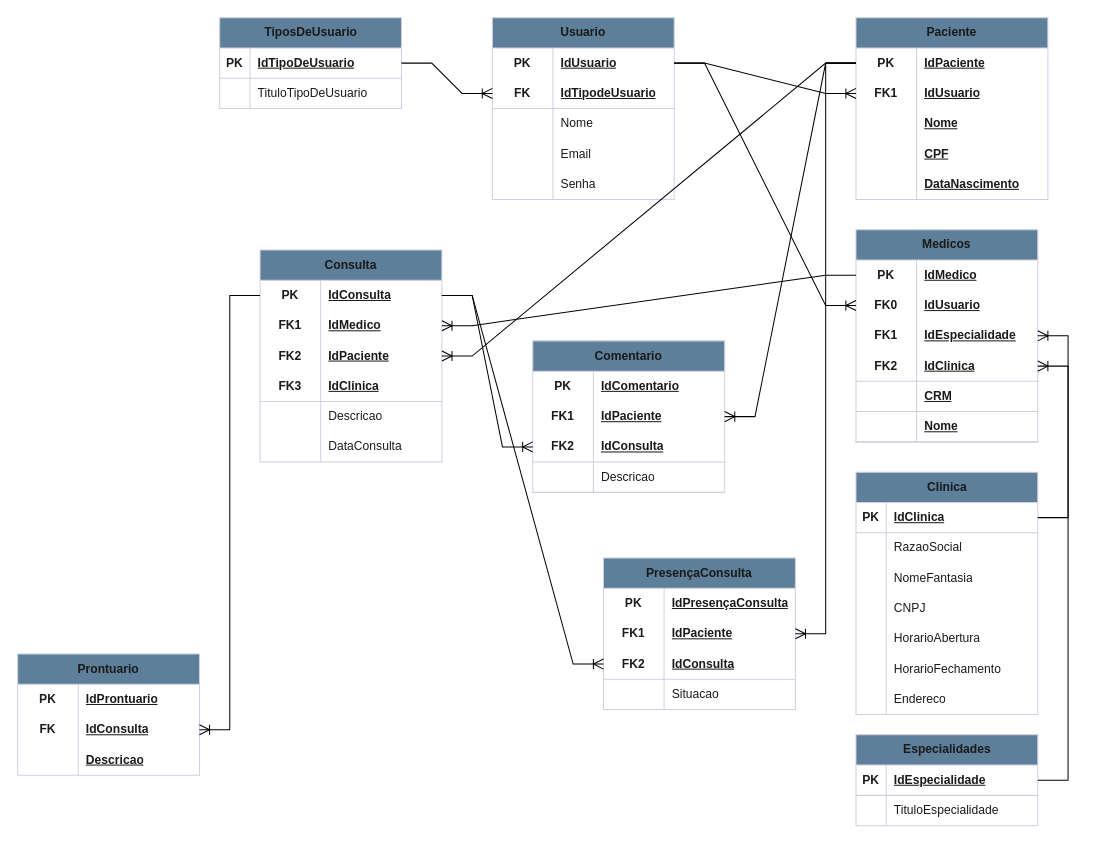
Marqzzs/Health_Clinic keeps this draw.io diagram as page "Página-2" (2 of 3) of healht_clinic.drawio. Above is the earlier version. Source tidied: cells renumbered, new cells numbered last; positions are measured from the earlier drawing's top-left corner, leaving out a move shared by most shapes. Both pictures are drawn from the tidied source at 101%, with x=0, y=0 at pixel (17, 17).
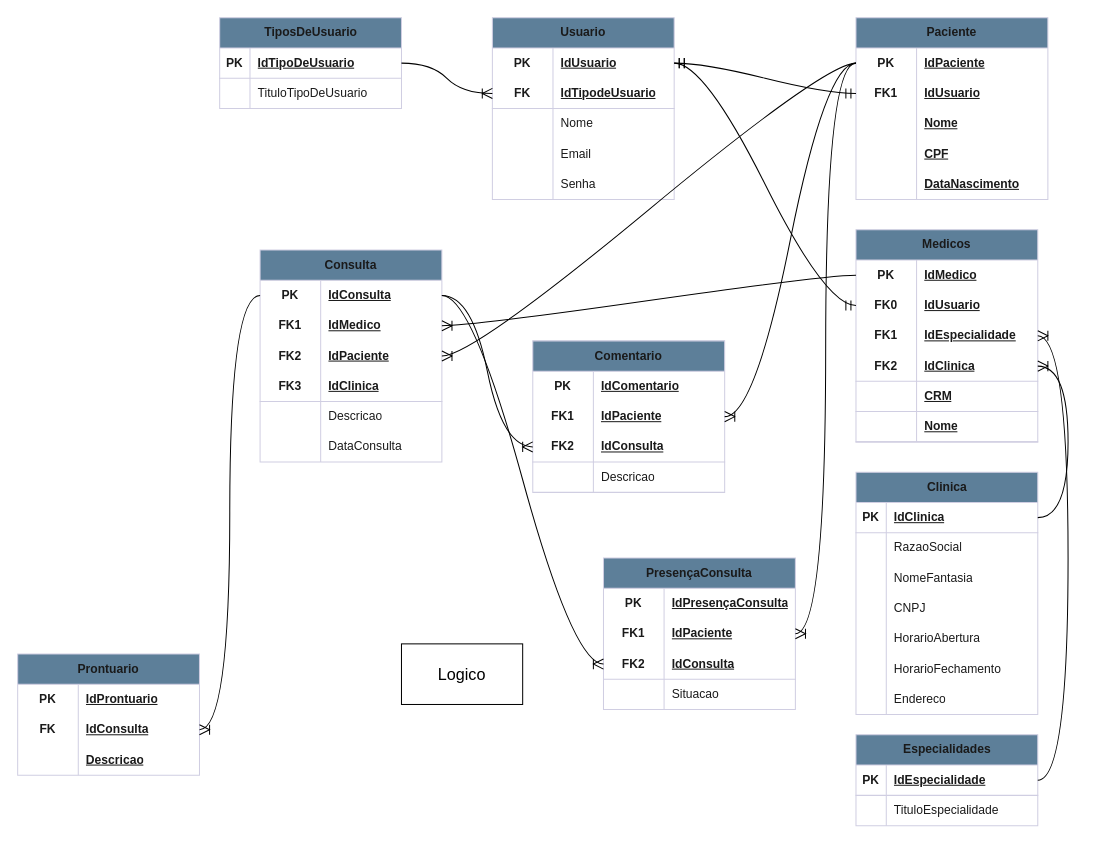
After the change.

The change refers to these unchanged cells:
```xml
<mxCell id="3" style="shape=tableRow;horizontal=0;startSize=0;swimlaneHead=0;swimlaneBody=0;fillColor=none;points=[[0,0.5],[1,0.5]];portConstraint=eastwest;top=0;left=0;right=0;bottom=1;strokeColor=#D0CEE2;fontColor=#1A1A1A;labelBackgroundColor=none;" parent="2" vertex="1">
  <mxGeometry y="30" width="180" height="30" as="geometry" />
</mxCell>
<mxCell id="10" style="shape=tableRow;horizontal=0;startSize=0;swimlaneHead=0;swimlaneBody=0;fillColor=none;points=[[0,0.5],[1,0.5]];portConstraint=eastwest;top=0;left=0;right=0;bottom=1;strokeColor=#D0CEE2;fontColor=#1A1A1A;labelBackgroundColor=none;" parent="9" vertex="1">
  <mxGeometry y="30" width="180" height="30" as="geometry" />
</mxCell>
<mxCell id="17" style="shape=tableRow;horizontal=0;startSize=0;swimlaneHead=0;swimlaneBody=0;fillColor=none;points=[[0,0.5],[1,0.5]];portConstraint=eastwest;top=0;left=0;right=0;bottom=1;strokeColor=#D0CEE2;fontColor=#1A1A1A;labelBackgroundColor=none;" parent="16" vertex="1">
  <mxGeometry y="30" width="180" height="30" as="geometry" />
</mxCell>
<mxCell id="39" style="shape=tableRow;horizontal=0;startSize=0;swimlaneHead=0;swimlaneBody=0;fillColor=none;points=[[0,0.5],[1,0.5]];portConstraint=eastwest;top=0;left=0;right=0;bottom=0;html=1;strokeColor=#D0CEE2;fontColor=#1A1A1A;labelBackgroundColor=none;" parent="38" vertex="1">
  <mxGeometry y="30" width="180" height="30" as="geometry" />
</mxCell>
<mxCell id="42" style="shape=tableRow;horizontal=0;startSize=0;swimlaneHead=0;swimlaneBody=0;fillColor=none;points=[[0,0.5],[1,0.5]];portConstraint=eastwest;top=0;left=0;right=0;bottom=0;html=1;strokeColor=#D0CEE2;fontColor=#1A1A1A;labelBackgroundColor=none;" parent="38" vertex="1">
  <mxGeometry y="60" width="180" height="30" as="geometry" />
</mxCell>
<mxCell id="45" style="shape=tableRow;horizontal=0;startSize=0;swimlaneHead=0;swimlaneBody=0;fillColor=none;points=[[0,0.5],[1,0.5]];portConstraint=eastwest;top=0;left=0;right=0;bottom=0;html=1;strokeColor=#D0CEE2;fontColor=#1A1A1A;labelBackgroundColor=none;" parent="38" vertex="1">
  <mxGeometry y="90" width="180" height="30" as="geometry" />
</mxCell>
<mxCell id="48" style="shape=tableRow;horizontal=0;startSize=0;swimlaneHead=0;swimlaneBody=0;fillColor=none;points=[[0,0.5],[1,0.5]];portConstraint=eastwest;top=0;left=0;right=0;bottom=1;html=1;strokeColor=#D0CEE2;fontColor=#1A1A1A;labelBackgroundColor=none;" parent="38" vertex="1">
  <mxGeometry y="120" width="180" height="30" as="geometry" />
</mxCell>
<mxCell id="58" style="shape=tableRow;horizontal=0;startSize=0;swimlaneHead=0;swimlaneBody=0;fillColor=none;points=[[0,0.5],[1,0.5]];portConstraint=eastwest;top=0;left=0;right=0;bottom=0;html=1;strokeColor=#D0CEE2;fontColor=#1A1A1A;labelBackgroundColor=none;" parent="57" vertex="1">
  <mxGeometry y="30" width="180" height="30" as="geometry" />
</mxCell>
<mxCell id="61" style="shape=tableRow;horizontal=0;startSize=0;swimlaneHead=0;swimlaneBody=0;fillColor=none;points=[[0,0.5],[1,0.5]];portConstraint=eastwest;top=0;left=0;right=0;bottom=1;html=1;strokeColor=#D0CEE2;fontColor=#1A1A1A;labelBackgroundColor=none;" parent="57" vertex="1">
  <mxGeometry y="60" width="180" height="30" as="geometry" />
</mxCell>
<mxCell id="77" style="shape=tableRow;horizontal=0;startSize=0;swimlaneHead=0;swimlaneBody=0;fillColor=none;points=[[0,0.5],[1,0.5]];portConstraint=eastwest;top=0;left=0;right=0;bottom=0;html=1;strokeColor=#D0CEE2;fontColor=#1A1A1A;labelBackgroundColor=none;" parent="73" vertex="1">
  <mxGeometry y="60" width="190" height="30" as="geometry" />
</mxCell>
<mxCell id="80" style="shape=tableRow;horizontal=0;startSize=0;swimlaneHead=0;swimlaneBody=0;fillColor=none;points=[[0,0.5],[1,0.5]];portConstraint=eastwest;top=0;left=0;right=0;bottom=1;html=1;strokeColor=#D0CEE2;fontColor=#1A1A1A;labelBackgroundColor=none;" parent="73" vertex="1">
  <mxGeometry y="90" width="190" height="30" as="geometry" />
</mxCell>
<mxCell id="87" style="shape=tableRow;horizontal=0;startSize=0;swimlaneHead=0;swimlaneBody=0;fillColor=none;points=[[0,0.5],[1,0.5]];portConstraint=eastwest;top=0;left=0;right=0;bottom=0;html=1;strokeColor=#D0CEE2;fontColor=#1A1A1A;labelBackgroundColor=none;" parent="86" vertex="1">
  <mxGeometry y="30" width="180" height="30" as="geometry" />
</mxCell>
<mxCell id="90" style="shape=tableRow;horizontal=0;startSize=0;swimlaneHead=0;swimlaneBody=0;fillColor=none;points=[[0,0.5],[1,0.5]];portConstraint=eastwest;top=0;left=0;right=0;bottom=0;html=1;strokeColor=#D0CEE2;fontColor=#1A1A1A;labelBackgroundColor=none;" parent="86" vertex="1">
  <mxGeometry y="60" width="180" height="30" as="geometry" />
</mxCell>
<mxCell id="93" style="shape=tableRow;horizontal=0;startSize=0;swimlaneHead=0;swimlaneBody=0;fillColor=none;points=[[0,0.5],[1,0.5]];portConstraint=eastwest;top=0;left=0;right=0;bottom=0;html=1;strokeColor=#D0CEE2;fontColor=#1A1A1A;labelBackgroundColor=none;" parent="86" vertex="1">
  <mxGeometry y="90" width="180" height="30" as="geometry" />
</mxCell>
<mxCell id="109" style="shape=tableRow;horizontal=0;startSize=0;swimlaneHead=0;swimlaneBody=0;fillColor=none;points=[[0,0.5],[1,0.5]];portConstraint=eastwest;top=0;left=0;right=0;bottom=0;html=1;strokeColor=#D0CEE2;fontColor=#1A1A1A;labelBackgroundColor=none;" parent="105" vertex="1">
  <mxGeometry y="60" width="180" height="30" as="geometry" />
</mxCell>
<mxCell id="119" style="shape=tableRow;horizontal=0;startSize=0;swimlaneHead=0;swimlaneBody=0;fillColor=none;points=[[0,0.5],[1,0.5]];portConstraint=eastwest;top=0;left=0;right=0;bottom=0;html=1;strokeColor=#D0CEE2;fontColor=#1A1A1A;labelBackgroundColor=none;" parent="115" vertex="1">
  <mxGeometry y="60" width="190" height="30" as="geometry" />
</mxCell>
<mxCell id="122" style="shape=tableRow;horizontal=0;startSize=0;swimlaneHead=0;swimlaneBody=0;fillColor=none;points=[[0,0.5],[1,0.5]];portConstraint=eastwest;top=0;left=0;right=0;bottom=1;html=1;strokeColor=#D0CEE2;fontColor=#1A1A1A;labelBackgroundColor=none;" parent="115" vertex="1">
  <mxGeometry y="90" width="190" height="30" as="geometry" />
</mxCell>
<mxCell id="129" style="shape=tableRow;horizontal=0;startSize=0;swimlaneHead=0;swimlaneBody=0;fillColor=none;points=[[0,0.5],[1,0.5]];portConstraint=eastwest;top=0;left=0;right=0;bottom=0;html=1;strokeColor=#D0CEE2;fontColor=#1A1A1A;labelBackgroundColor=none;" parent="128" vertex="1">
  <mxGeometry y="30" width="190" height="30" as="geometry" />
</mxCell>
<mxCell id="132" style="shape=tableRow;horizontal=0;startSize=0;swimlaneHead=0;swimlaneBody=0;fillColor=none;points=[[0,0.5],[1,0.5]];portConstraint=eastwest;top=0;left=0;right=0;bottom=0;html=1;strokeColor=#D0CEE2;fontColor=#1A1A1A;labelBackgroundColor=none;" parent="128" vertex="1">
  <mxGeometry y="60" width="190" height="30" as="geometry" />
</mxCell>
```

The edit, as a diff of the source:
```diff
@@
-    <mxCell id="144" style="edgeStyle=entityRelationEdgeStyle;fontSize=12;html=1;endArrow=ERoneToMany;rounded=0;strokeColor=#000000;fontColor=#1A1A1A;startSize=8;endSize=8;exitX=1;exitY=0.5;exitDx=0;exitDy=0;entryX=0;entryY=0.5;entryDx=0;entryDy=0;" parent="1" edge="1" source="3" target="61">
+    <mxCell id="144" style="edgeStyle=entityRelationEdgeStyle;fontSize=12;html=1;endArrow=ERoneToMany;strokeColor=#000000;fontColor=#1A1A1A;startSize=8;endSize=8;exitX=1;exitY=0.5;exitDx=0;exitDy=0;entryX=0;entryY=0.5;entryDx=0;entryDy=0;curved=1;" parent="1" edge="1" source="3" target="61">
       <mxGeometry relative="1" as="geometry" />
     </mxCell>
-    <mxCell id="145" style="edgeStyle=entityRelationEdgeStyle;fontSize=12;html=1;endArrow=ERoneToMany;rounded=0;strokeColor=#000000;fontColor=#1A1A1A;startSize=8;endSize=8;entryX=0;entryY=0.5;entryDx=0;entryDy=0;exitX=1;exitY=0.5;exitDx=0;exitDy=0;" parent="1" edge="1" source="58" target="132">
-      <mxGeometry relative="1" as="geometry" />
-    </mxCell>
-    <mxCell id="146" style="edgeStyle=entityRelationEdgeStyle;fontSize=12;html=1;endArrow=ERoneToMany;rounded=0;strokeColor=#000000;fontColor=#1A1A1A;startSize=8;endSize=8;entryX=0;entryY=0.5;entryDx=0;entryDy=0;exitX=1;exitY=0.5;exitDx=0;exitDy=0;" parent="1" edge="1" source="58" target="42">
-      <mxGeometry relative="1" as="geometry" />
-    </mxCell>
-    <mxCell id="147" style="edgeStyle=entityRelationEdgeStyle;fontSize=12;html=1;endArrow=ERoneToMany;rounded=0;strokeColor=#000000;fontColor=#1A1A1A;startSize=8;endSize=8;exitX=1;exitY=0.5;exitDx=0;exitDy=0;entryX=1;entryY=0.5;entryDx=0;entryDy=0;" parent="1" edge="1" source="17" target="48">
+    <mxCell id="147" style="edgeStyle=entityRelationEdgeStyle;fontSize=12;html=1;endArrow=ERoneToMany;strokeColor=#000000;fontColor=#1A1A1A;startSize=8;endSize=8;exitX=1;exitY=0.5;exitDx=0;exitDy=0;entryX=1;entryY=0.5;entryDx=0;entryDy=0;curved=1;" parent="1" edge="1" source="17" target="48">
       <mxGeometry relative="1" as="geometry" />
     </mxCell>
-    <mxCell id="148" style="edgeStyle=entityRelationEdgeStyle;fontSize=12;html=1;endArrow=ERoneToMany;rounded=0;strokeColor=#000000;fontColor=#1A1A1A;startSize=8;endSize=8;exitX=1;exitY=0.5;exitDx=0;exitDy=0;entryX=1;entryY=0.5;entryDx=0;entryDy=0;" parent="1" edge="1" source="10" target="45">
+    <mxCell id="148" style="edgeStyle=entityRelationEdgeStyle;fontSize=12;html=1;endArrow=ERoneToMany;strokeColor=#000000;fontColor=#1A1A1A;startSize=8;endSize=8;exitX=1;exitY=0.5;exitDx=0;exitDy=0;entryX=1;entryY=0.5;entryDx=0;entryDy=0;curved=1;" parent="1" edge="1" source="10" target="45">
       <mxGeometry relative="1" as="geometry" />
     </mxCell>
-    <mxCell id="149" style="edgeStyle=entityRelationEdgeStyle;fontSize=12;html=1;endArrow=ERoneToMany;rounded=0;strokeColor=#000000;fontColor=#1A1A1A;startSize=8;endSize=8;entryX=1;entryY=0.5;entryDx=0;entryDy=0;exitX=0;exitY=0.5;exitDx=0;exitDy=0;" parent="1" edge="1" source="39" target="90">
+    <mxCell id="149" style="edgeStyle=entityRelationEdgeStyle;fontSize=12;html=1;endArrow=ERoneToMany;strokeColor=#000000;fontColor=#1A1A1A;startSize=8;endSize=8;entryX=1;entryY=0.5;entryDx=0;entryDy=0;exitX=0;exitY=0.5;exitDx=0;exitDy=0;curved=1;" parent="1" edge="1" source="39" target="90">
       <mxGeometry relative="1" as="geometry" />
     </mxCell>
-    <mxCell id="150" style="edgeStyle=entityRelationEdgeStyle;fontSize=12;html=1;endArrow=ERoneToMany;rounded=0;strokeColor=#000000;fontColor=#1A1A1A;startSize=8;endSize=8;entryX=1;entryY=0.5;entryDx=0;entryDy=0;exitX=0;exitY=0.5;exitDx=0;exitDy=0;" parent="1" edge="1" source="129" target="93">
+    <mxCell id="150" style="edgeStyle=entityRelationEdgeStyle;fontSize=12;html=1;endArrow=ERoneToMany;strokeColor=#000000;fontColor=#1A1A1A;startSize=8;endSize=8;entryX=1;entryY=0.5;entryDx=0;entryDy=0;exitX=0;exitY=0.5;exitDx=0;exitDy=0;curved=1;" parent="1" edge="1" source="129" target="93">
       <mxGeometry relative="1" as="geometry">
         <Array as="points">
           <mxPoint x="630" y="220" />
           <mxPoint x="630" y="210" />
         </Array>
       </mxGeometry>
     </mxCell>
-    <mxCell id="151" style="edgeStyle=entityRelationEdgeStyle;fontSize=12;html=1;endArrow=ERoneToMany;rounded=0;strokeColor=#000000;fontColor=#1A1A1A;startSize=8;endSize=8;entryX=1;entryY=0.5;entryDx=0;entryDy=0;exitX=0;exitY=0.5;exitDx=0;exitDy=0;" parent="1" edge="1" source="87" target="109">
+    <mxCell id="151" style="edgeStyle=entityRelationEdgeStyle;fontSize=12;html=1;endArrow=ERoneToMany;strokeColor=#000000;fontColor=#1A1A1A;startSize=8;endSize=8;entryX=1;entryY=0.5;entryDx=0;entryDy=0;exitX=0;exitY=0.5;exitDx=0;exitDy=0;curved=1;" parent="1" edge="1" source="87" target="109">
       <mxGeometry relative="1" as="geometry" />
     </mxCell>
-    <mxCell id="152" style="edgeStyle=entityRelationEdgeStyle;fontSize=12;html=1;endArrow=ERoneToMany;rounded=0;strokeColor=#000000;fontColor=#1A1A1A;startSize=8;endSize=8;entryX=1;entryY=0.5;entryDx=0;entryDy=0;exitX=0;exitY=0.5;exitDx=0;exitDy=0;" parent="1" edge="1" source="129" target="77">
+    <mxCell id="152" style="edgeStyle=entityRelationEdgeStyle;fontSize=12;html=1;endArrow=ERoneToMany;strokeColor=#000000;fontColor=#1A1A1A;startSize=8;endSize=8;entryX=1;entryY=0.5;entryDx=0;entryDy=0;exitX=0;exitY=0.5;exitDx=0;exitDy=0;curved=1;" parent="1" edge="1" source="129" target="77">
       <mxGeometry relative="1" as="geometry">
         <Array as="points">
           <mxPoint x="710" y="330" />
           <mxPoint x="700" y="320" />
         </Array>
       </mxGeometry>
     </mxCell>
-    <mxCell id="153" style="edgeStyle=entityRelationEdgeStyle;fontSize=12;html=1;endArrow=ERoneToMany;rounded=0;strokeColor=#000000;fontColor=#1A1A1A;startSize=8;endSize=8;entryX=0;entryY=0.5;entryDx=0;entryDy=0;exitX=1;exitY=0.5;exitDx=0;exitDy=0;" parent="1" edge="1" source="87" target="80">
+    <mxCell id="153" style="edgeStyle=entityRelationEdgeStyle;fontSize=12;html=1;endArrow=ERoneToMany;strokeColor=#000000;fontColor=#1A1A1A;startSize=8;endSize=8;entryX=0;entryY=0.5;entryDx=0;entryDy=0;exitX=1;exitY=0.5;exitDx=0;exitDy=0;curved=1;" parent="1" edge="1" source="87" target="80">
       <mxGeometry relative="1" as="geometry" />
     </mxCell>
-    <mxCell id="154" style="edgeStyle=entityRelationEdgeStyle;fontSize=12;html=1;endArrow=ERoneToMany;rounded=0;strokeColor=#000000;fontColor=#1A1A1A;startSize=8;endSize=8;entryX=1;entryY=0.5;entryDx=0;entryDy=0;exitX=0;exitY=0.5;exitDx=0;exitDy=0;" parent="1" edge="1" source="129" target="119">
+    <mxCell id="154" style="edgeStyle=entityRelationEdgeStyle;fontSize=12;html=1;endArrow=ERoneToMany;strokeColor=#000000;fontColor=#1A1A1A;startSize=8;endSize=8;entryX=1;entryY=0.5;entryDx=0;entryDy=0;exitX=0;exitY=0.5;exitDx=0;exitDy=0;curved=1;" parent="1" edge="1" source="129" target="119">
       <mxGeometry relative="1" as="geometry" />
     </mxCell>
-    <mxCell id="155" style="edgeStyle=entityRelationEdgeStyle;fontSize=12;html=1;endArrow=ERoneToMany;rounded=0;strokeColor=#000000;fontColor=#1A1A1A;startSize=8;endSize=8;exitX=1;exitY=0.5;exitDx=0;exitDy=0;entryX=0;entryY=0.5;entryDx=0;entryDy=0;" parent="1" edge="1" source="87" target="122">
+    <mxCell id="155" style="edgeStyle=entityRelationEdgeStyle;fontSize=12;html=1;endArrow=ERoneToMany;strokeColor=#000000;fontColor=#1A1A1A;startSize=8;endSize=8;exitX=1;exitY=0.5;exitDx=0;exitDy=0;entryX=0;entryY=0.5;entryDx=0;entryDy=0;curved=1;" parent="1" edge="1" source="87" target="122">
       <mxGeometry relative="1" as="geometry" />
     </mxCell>
+    <mxCell id="145" style="edgeStyle=entityRelationEdgeStyle;fontSize=12;html=1;endArrow=ERmandOne;startArrow=ERmandOne;startSize=8;endSize=8;curved=1;entryX=0;entryY=0.5;entryDx=0;entryDy=0;exitX=1;exitY=0.5;exitDx=0;exitDy=0;" parent="1" edge="1" source="58" target="132">
+      <mxGeometry relative="1" as="geometry" />
+    </mxCell>
+    <mxCell id="146" style="edgeStyle=entityRelationEdgeStyle;fontSize=12;html=1;endArrow=ERmandOne;startArrow=ERmandOne;startSize=8;endSize=8;curved=1;entryX=0;entryY=0.5;entryDx=0;entryDy=0;exitX=1;exitY=0.5;exitDx=0;exitDy=0;" parent="1" edge="1" source="58" target="42">
+      <mxGeometry relative="1" as="geometry" />
+    </mxCell>
+    <mxCell id="156" value="Logico" style="rounded=0;whiteSpace=wrap;html=1;fontSize=16;" parent="1" vertex="1">
+      <mxGeometry x="380" y="620" width="120" height="60" as="geometry" />
+    </mxCell>
```
